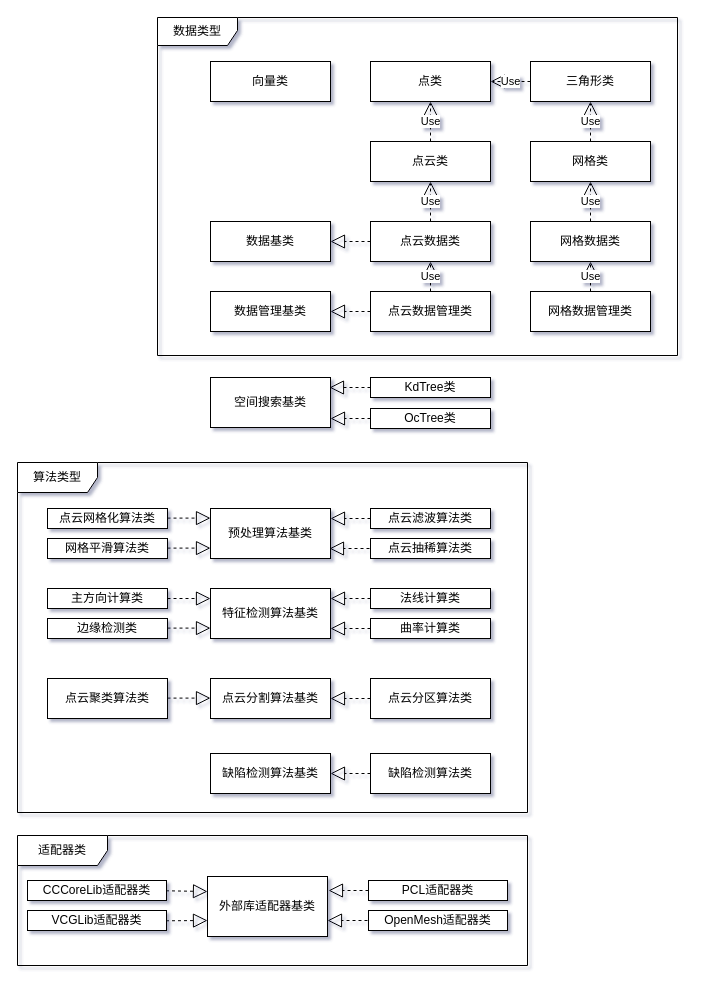
Above: 测试2.drawio in xuxiaofeng6/UML (draw.io), before the change. Source tidied: cells renumbered, new cells numbered last; positions are measured from the earlier drawing's top-left corner, leaving out a move shared by most shapes. Both pictures are drawn from the tidied source at 100%, with x=0, y=0 at pixel (17, 17).
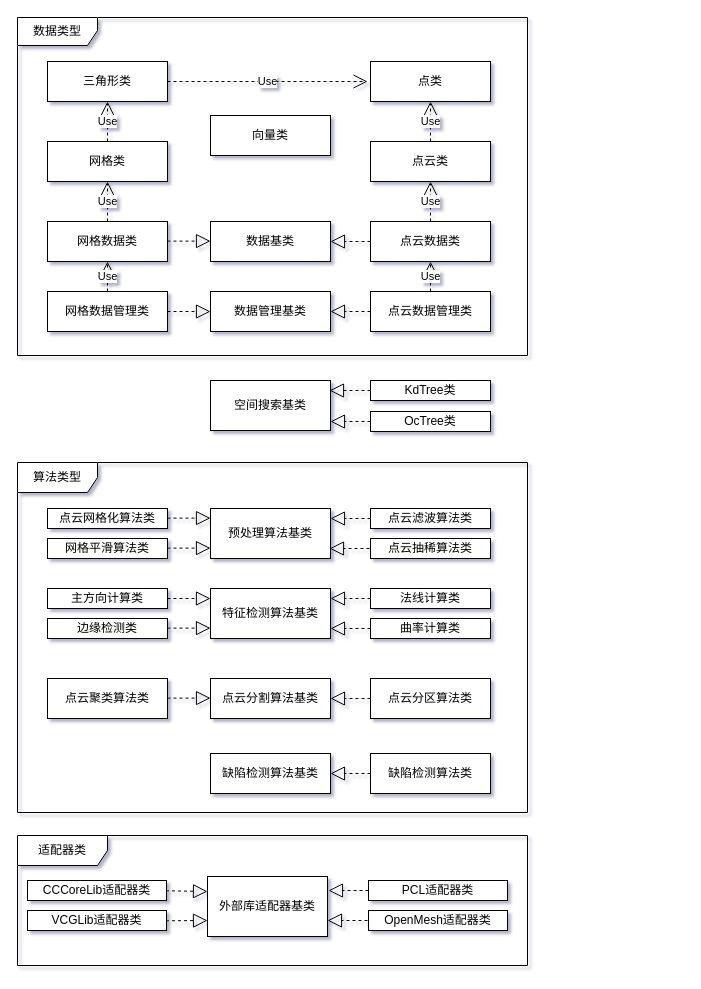
After the change.

Unchanged cells that the change refers to:
```xml
<mxCell id="2" value="点类" style="rounded=0;whiteSpace=wrap;html=1;" parent="1" vertex="1">
  <mxGeometry x="353" y="44" width="120" height="40" as="geometry" />
</mxCell>
<mxCell id="8" value="数据管理基类" style="rounded=0;whiteSpace=wrap;html=1;" parent="1" vertex="1">
  <mxGeometry x="193" y="274" width="120" height="40" as="geometry" />
</mxCell>
```

Change to the diagram source:
```diff
@@
     <mxCell id="5" value="网格类" style="rounded=0;whiteSpace=wrap;html=1;" parent="1" vertex="1">
-      <mxGeometry x="513" y="124" width="120" height="40" as="geometry" />
+      <mxGeometry x="30" y="124" width="120" height="40" as="geometry" />
     </mxCell>
     <mxCell id="6" value="三角形类" style="rounded=0;whiteSpace=wrap;html=1;" parent="1" vertex="1">
-      <mxGeometry x="513" y="44" width="120" height="40" as="geometry" />
+      <mxGeometry x="30" y="44" width="120" height="40" as="geometry" />
     </mxCell>
     <mxCell id="7" value="网格数据管理类" style="rounded=0;whiteSpace=wrap;html=1;" parent="1" vertex="1">
-      <mxGeometry x="513" y="274" width="120" height="40" as="geometry" />
+      <mxGeometry x="30" y="274" width="120" height="40" as="geometry" />
     </mxCell>
@@
     <mxCell id="9" value="KdTree类" style="rounded=0;whiteSpace=wrap;html=1;" parent="1" vertex="1">
-      <mxGeometry x="353" y="360" width="120" height="20" as="geometry" />
+      <mxGeometry x="353" y="363" width="120" height="20" as="geometry" />
     </mxCell>
     <mxCell id="10" value="OcTree类" style="rounded=0;whiteSpace=wrap;html=1;" parent="1" vertex="1">
-      <mxGeometry x="353" y="391" width="120" height="20" as="geometry" />
+      <mxGeometry x="353" y="394" width="120" height="20" as="geometry" />
     </mxCell>
     <mxCell id="11" value="空间搜索基类" style="rounded=0;whiteSpace=wrap;html=1;" parent="1" vertex="1">
-      <mxGeometry x="193" y="360" width="120" height="50" as="geometry" />
+      <mxGeometry x="193" y="363" width="120" height="50" as="geometry" />
     </mxCell>
@@
     <mxCell id="13" value="网格数据类" style="rounded=0;whiteSpace=wrap;html=1;" parent="1" vertex="1">
-      <mxGeometry x="513" y="204" width="120" height="40" as="geometry" />
+      <mxGeometry x="30" y="204" width="120" height="40" as="geometry" />
     </mxCell>
@@
     <mxCell id="21" value="向量类" style="rounded=0;whiteSpace=wrap;html=1;" parent="1" vertex="1">
-      <mxGeometry x="193" y="44" width="120" height="40" as="geometry" />
+      <mxGeometry x="193" y="98" width="120" height="40" as="geometry" />
     </mxCell>
@@
-    <mxCell id="33" value="Use" style="endArrow=open;endSize=12;dashed=1;html=1;rounded=0;entryX=1;entryY=0.5;entryDx=0;entryDy=0;exitX=0;exitY=0.5;exitDx=0;exitDy=0;" parent="1" edge="1" source="6" target="2">
-      <mxGeometry relative="1" as="geometry" />
+    <mxCell id="33" value="Use" style="endArrow=open;endSize=12;dashed=1;html=1;rounded=0;" parent="1" edge="1">
+      <mxGeometry relative="1" as="geometry">
+        <mxPoint x="150" y="64" as="sourcePoint" />
+        <mxPoint x="350" y="64" as="targetPoint" />
+      </mxGeometry>
     </mxCell>
@@
     <mxCell id="40" style="endArrow=block;dashed=1;endFill=0;endSize=12;html=1;rounded=0;exitX=0;exitY=0.5;exitDx=0;exitDy=0;" parent="1" edge="1" source="9">
       <mxGeometry relative="1" as="geometry">
-        <mxPoint x="312" y="370" as="targetPoint" />
+        <mxPoint x="312" y="373" as="targetPoint" />
       </mxGeometry>
     </mxCell>
@@
     <mxCell id="45" style="endArrow=block;dashed=1;endFill=0;endSize=12;html=1;rounded=0;exitX=0;exitY=0.5;exitDx=0;exitDy=0;" parent="1" edge="1" source="10">
       <mxGeometry relative="1" as="geometry">
-        <mxPoint x="313" y="401" as="targetPoint" />
+        <mxPoint x="313" y="404" as="targetPoint" />
       </mxGeometry>
     </mxCell>
@@
     <mxCell id="53" value="数据类型" style="shape=umlFrame;whiteSpace=wrap;html=1;width=80;height=28;" parent="1" vertex="1">
-      <mxGeometry x="140" width="520" height="338" as="geometry" />
+      <mxGeometry width="510" height="338" as="geometry" />
     </mxCell>
@@
+    <mxCell id="65" style="endArrow=block;dashed=1;endFill=0;endSize=12;html=1;rounded=0;exitX=1;exitY=0.5;exitDx=0;exitDy=0;entryX=0;entryY=0.5;entryDx=0;entryDy=0;" parent="1" edge="1" source="7" target="8">
+      <mxGeometry relative="1" as="geometry" />
+    </mxCell>
+    <mxCell id="66" style="endArrow=block;dashed=1;endFill=0;endSize=12;html=1;rounded=0;exitX=1;exitY=0.5;exitDx=0;exitDy=0;entryX=0;entryY=0.5;entryDx=0;entryDy=0;" parent="1" edge="1">
+      <mxGeometry relative="1" as="geometry">
+        <mxPoint x="150" y="223.6" as="sourcePoint" />
+        <mxPoint x="193" y="223.6" as="targetPoint" />
+      </mxGeometry>
+    </mxCell>
```
